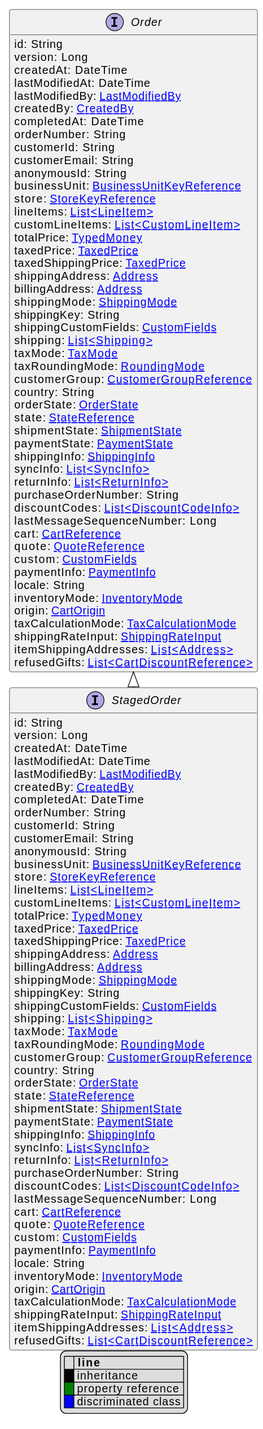
The PlantUML diagram uml/api/svg/StagedOrder.svg in commercetools/commercetools-api-reference, before a commit.
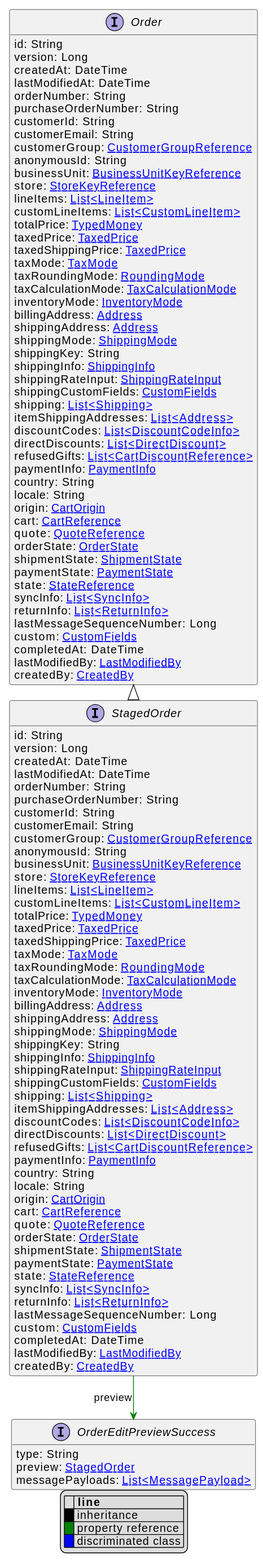
After the commit.

Change to the diagram source:
```diff
@@ -13,12 +13,11 @@
     version: Long
     createdAt: DateTime
     lastModifiedAt: DateTime
-    lastModifiedBy: [[LastModifiedBy.svg LastModifiedBy]]
-    createdBy: [[CreatedBy.svg CreatedBy]]
-    completedAt: DateTime
     orderNumber: String
+    purchaseOrderNumber: String
     customerId: String
     customerEmail: String
+    customerGroup: [[CustomerGroupReference.svg CustomerGroupReference]]
     anonymousId: String
     businessUnit: [[BusinessUnitKeyReference.svg BusinessUnitKeyReference]]
     store: [[StoreKeyReference.svg StoreKeyReference]]
@@ -27,49 +26,50 @@
     totalPrice: [[TypedMoney.svg TypedMoney]]
     taxedPrice: [[TaxedPrice.svg TaxedPrice]]
     taxedShippingPrice: [[TaxedPrice.svg TaxedPrice]]
+    taxMode: [[TaxMode.svg TaxMode]]
+    taxRoundingMode: [[RoundingMode.svg RoundingMode]]
+    taxCalculationMode: [[TaxCalculationMode.svg TaxCalculationMode]]
+    inventoryMode: [[InventoryMode.svg InventoryMode]]
+    billingAddress: [[Address.svg Address]]
     shippingAddress: [[Address.svg Address]]
-    billingAddress: [[Address.svg Address]]
     shippingMode: [[ShippingMode.svg ShippingMode]]
     shippingKey: String
+    shippingInfo: [[ShippingInfo.svg ShippingInfo]]
+    shippingRateInput: [[ShippingRateInput.svg ShippingRateInput]]
     shippingCustomFields: [[CustomFields.svg CustomFields]]
     shipping: [[Shipping.svg List<Shipping>]]
-    taxMode: [[TaxMode.svg TaxMode]]
-    taxRoundingMode: [[RoundingMode.svg RoundingMode]]
-    customerGroup: [[CustomerGroupReference.svg CustomerGroupReference]]
+    itemShippingAddresses: [[Address.svg List<Address>]]
+    discountCodes: [[DiscountCodeInfo.svg List<DiscountCodeInfo>]]
+    directDiscounts: [[DirectDiscount.svg List<DirectDiscount>]]
+    refusedGifts: [[CartDiscountReference.svg List<CartDiscountReference>]]
+    paymentInfo: [[PaymentInfo.svg PaymentInfo]]
     country: String
+    locale: String
+    origin: [[CartOrigin.svg CartOrigin]]
+    cart: [[CartReference.svg CartReference]]
+    quote: [[QuoteReference.svg QuoteReference]]
     orderState: [[OrderState.svg OrderState]]
-    state: [[StateReference.svg StateReference]]
     shipmentState: [[ShipmentState.svg ShipmentState]]
     paymentState: [[PaymentState.svg PaymentState]]
-    shippingInfo: [[ShippingInfo.svg ShippingInfo]]
+    state: [[StateReference.svg StateReference]]
     syncInfo: [[SyncInfo.svg List<SyncInfo>]]
     returnInfo: [[ReturnInfo.svg List<ReturnInfo>]]
-    purchaseOrderNumber: String
-    discountCodes: [[DiscountCodeInfo.svg List<DiscountCodeInfo>]]
     lastMessageSequenceNumber: Long
-    cart: [[CartReference.svg CartReference]]
-    quote: [[QuoteReference.svg QuoteReference]]
     custom: [[CustomFields.svg CustomFields]]
-    paymentInfo: [[PaymentInfo.svg PaymentInfo]]
-    locale: String
-    inventoryMode: [[InventoryMode.svg InventoryMode]]
-    origin: [[CartOrigin.svg CartOrigin]]
-    taxCalculationMode: [[TaxCalculationMode.svg TaxCalculationMode]]
-    shippingRateInput: [[ShippingRateInput.svg ShippingRateInput]]
-    itemShippingAddresses: [[Address.svg List<Address>]]
-    refusedGifts: [[CartDiscountReference.svg List<CartDiscountReference>]]
+    completedAt: DateTime
+    lastModifiedBy: [[LastModifiedBy.svg LastModifiedBy]]
+    createdBy: [[CreatedBy.svg CreatedBy]]
 }
 interface Order [[Order.svg]]  {
     id: String
     version: Long
     createdAt: DateTime
     lastModifiedAt: DateTime
-    lastModifiedBy: [[LastModifiedBy.svg LastModifiedBy]]
-    createdBy: [[CreatedBy.svg CreatedBy]]
-    completedAt: DateTime
     orderNumber: String
+    purchaseOrderNumber: String
     customerId: String
     customerEmail: String
+    customerGroup: [[CustomerGroupReference.svg CustomerGroupReference]]
     anonymousId: String
     businessUnit: [[BusinessUnitKeyReference.svg BusinessUnitKeyReference]]
     store: [[StoreKeyReference.svg StoreKeyReference]]
@@ -78,41 +78,47 @@
     totalPrice: [[TypedMoney.svg TypedMoney]]
     taxedPrice: [[TaxedPrice.svg TaxedPrice]]
     taxedShippingPrice: [[TaxedPrice.svg TaxedPrice]]
+    taxMode: [[TaxMode.svg TaxMode]]
+    taxRoundingMode: [[RoundingMode.svg RoundingMode]]
+    taxCalculationMode: [[TaxCalculationMode.svg TaxCalculationMode]]
+    inventoryMode: [[InventoryMode.svg InventoryMode]]
+    billingAddress: [[Address.svg Address]]
     shippingAddress: [[Address.svg Address]]
-    billingAddress: [[Address.svg Address]]
     shippingMode: [[ShippingMode.svg ShippingMode]]
     shippingKey: String
+    shippingInfo: [[ShippingInfo.svg ShippingInfo]]
+    shippingRateInput: [[ShippingRateInput.svg ShippingRateInput]]
     shippingCustomFields: [[CustomFields.svg CustomFields]]
     shipping: [[Shipping.svg List<Shipping>]]
-    taxMode: [[TaxMode.svg TaxMode]]
-    taxRoundingMode: [[RoundingMode.svg RoundingMode]]
-    customerGroup: [[CustomerGroupReference.svg CustomerGroupReference]]
+    itemShippingAddresses: [[Address.svg List<Address>]]
+    discountCodes: [[DiscountCodeInfo.svg List<DiscountCodeInfo>]]
+    directDiscounts: [[DirectDiscount.svg List<DirectDiscount>]]
+    refusedGifts: [[CartDiscountReference.svg List<CartDiscountReference>]]
+    paymentInfo: [[PaymentInfo.svg PaymentInfo]]
     country: String
+    locale: String
+    origin: [[CartOrigin.svg CartOrigin]]
+    cart: [[CartReference.svg CartReference]]
+    quote: [[QuoteReference.svg QuoteReference]]
     orderState: [[OrderState.svg OrderState]]
-    state: [[StateReference.svg StateReference]]
     shipmentState: [[ShipmentState.svg ShipmentState]]
     paymentState: [[PaymentState.svg PaymentState]]
-    shippingInfo: [[ShippingInfo.svg ShippingInfo]]
+    state: [[StateReference.svg StateReference]]
     syncInfo: [[SyncInfo.svg List<SyncInfo>]]
     returnInfo: [[ReturnInfo.svg List<ReturnInfo>]]
-    purchaseOrderNumber: String
-    discountCodes: [[DiscountCodeInfo.svg List<DiscountCodeInfo>]]
     lastMessageSequenceNumber: Long
-    cart: [[CartReference.svg CartReference]]
-    quote: [[QuoteReference.svg QuoteReference]]
     custom: [[CustomFields.svg CustomFields]]
-    paymentInfo: [[PaymentInfo.svg PaymentInfo]]
-    locale: String
-    inventoryMode: [[InventoryMode.svg InventoryMode]]
-    origin: [[CartOrigin.svg CartOrigin]]
-    taxCalculationMode: [[TaxCalculationMode.svg TaxCalculationMode]]
-    shippingRateInput: [[ShippingRateInput.svg ShippingRateInput]]
-    itemShippingAddresses: [[Address.svg List<Address>]]
-    refusedGifts: [[CartDiscountReference.svg List<CartDiscountReference>]]
+    completedAt: DateTime
+    lastModifiedBy: [[LastModifiedBy.svg LastModifiedBy]]
+    createdBy: [[CreatedBy.svg CreatedBy]]
 }
 
 
+interface OrderEditPreviewSuccess [[OrderEditPreviewSuccess.svg]]  {
+    type: String
+    preview: [[StagedOrder.svg StagedOrder]]
+    messagePayloads: [[MessagePayload.svg List<MessagePayload>]]
+}
 
-
-
+StagedOrder --> OrderEditPreviewSuccess #green;text:green : "preview"
 @enduml
```
